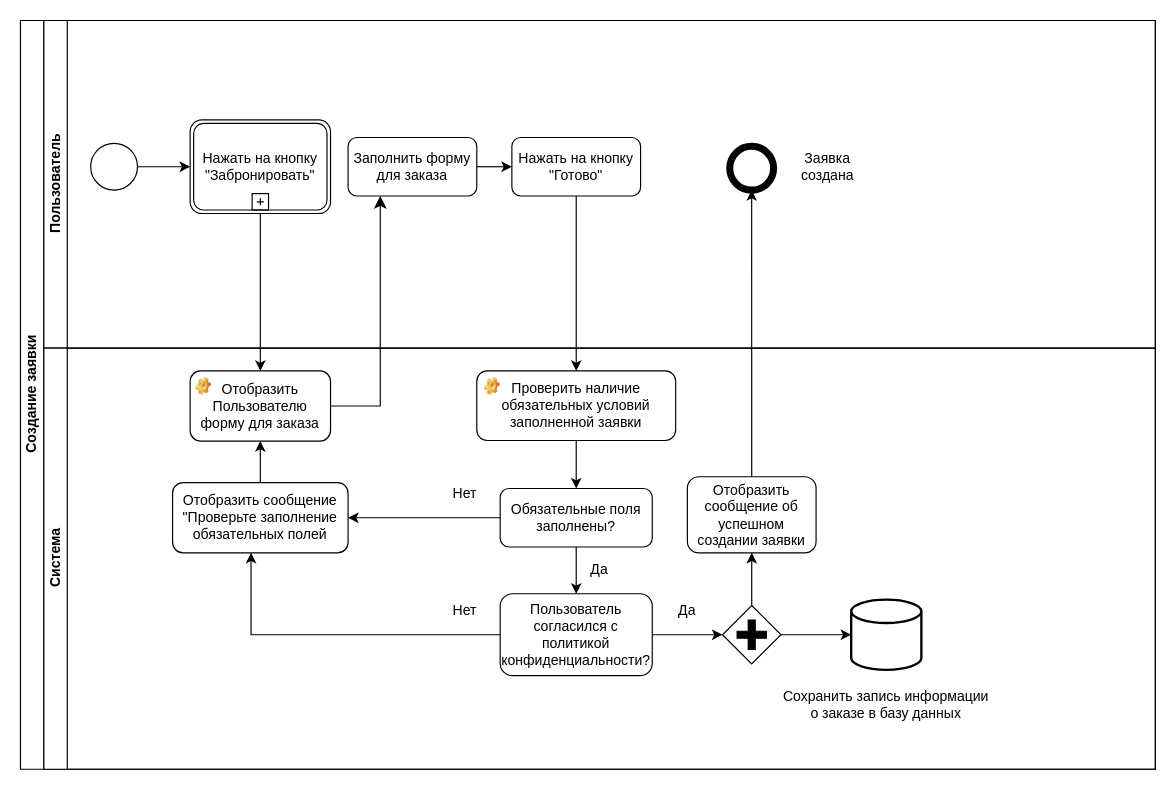
The draw.io diagram BPMN_study.drawio in pytonuserouner/UML_study, before the edit. Source tidied: cells renumbered, new cells numbered last; positions are measured from the earlier drawing's top-left corner, leaving out a move shared by most shapes. Both pictures are drawn from the tidied source at 117%, with x=0, y=0 at pixel (20, 20).
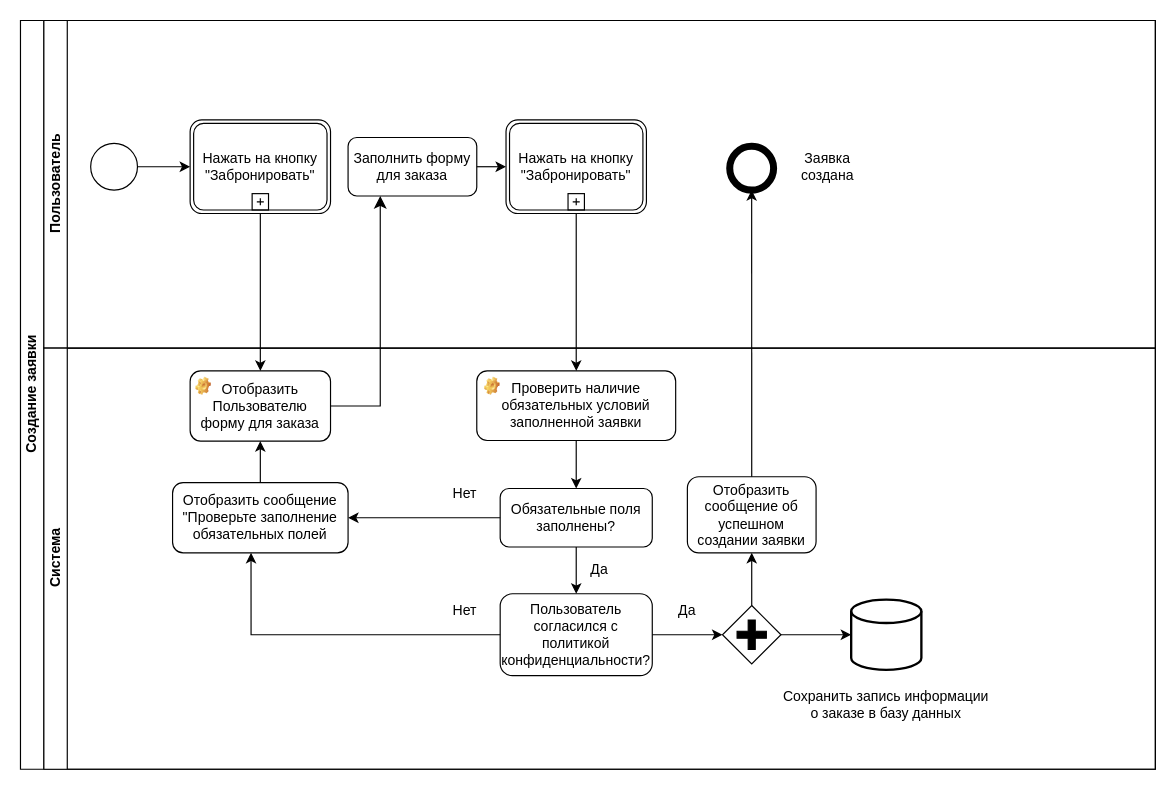
The same page after the edit.

Unchanged cells that the change refers to:
```xml
<mxCell id="2" value="Создание заявки" style="swimlane;html=1;horizontal=0;startSize=20;" parent="1" vertex="1">
  <mxGeometry width="970" height="640" as="geometry" />
</mxCell>
<mxCell id="3" value="Пользователь" style="swimlane;html=1;startSize=20;horizontal=0;" parent="2" vertex="1">
  <mxGeometry x="20" width="950" height="280" as="geometry" />
</mxCell>
<mxCell id="6" value="Заполнить форму для заказа" style="rounded=1;whiteSpace=wrap;html=1;" parent="3" vertex="1">
  <mxGeometry x="260" y="100" width="110" height="50" as="geometry" />
</mxCell>
<mxCell id="21" value="Проверить наличие обязательных условий заполненной заявки" style="rounded=1;whiteSpace=wrap;html=1;" parent="14" vertex="1">
  <mxGeometry x="370" y="19.5" width="170" height="59.5" as="geometry" />
</mxCell>
```

Diff of the diagram source:
```diff
@@
-    <mxCell id="9" value="Нажать на кнопку &quot;Готово&quot;" style="rounded=1;whiteSpace=wrap;html=1;" parent="3" vertex="1">
-      <mxGeometry x="400" y="100" width="110" height="50" as="geometry" />
-    </mxCell>
-    <mxCell id="10" style="endArrow=classic;html=1;rounded=0;exitX=1;exitY=0.5;exitDx=0;exitDy=0;entryX=0;entryY=0.5;entryDx=0;entryDy=0;" parent="3" edge="1" source="6" target="9">
+    <mxCell id="10" style="endArrow=classic;html=1;rounded=0;exitX=1;exitY=0.5;exitDx=0;exitDy=0;entryX=0;entryY=0.5;entryDx=0;entryDy=0;entryPerimeter=0;" parent="3" edge="1" source="6" target="40">
       <mxGeometry relative="1" as="geometry" />
     </mxCell>
@@
+    <mxCell id="40" value="Нажать на кнопку &quot;Забронировать&quot;" style="points=[[0.25,0,0],[0.5,0,0],[0.75,0,0],[1,0.25,0],[1,0.5,0],[1,0.75,0],[0.75,1,0],[0.5,1,0],[0.25,1,0],[0,0.75,0],[0,0.5,0],[0,0.25,0]];shape=mxgraph.bpmn.task;whiteSpace=wrap;rectStyle=rounded;size=10;html=1;taskMarker=abstract;bpmnShapeType=transaction;isLoopSub=1;" parent="3" vertex="1">
+      <mxGeometry x="395" y="85" width="120" height="80" as="geometry" />
+    </mxCell>
@@
-    <mxCell id="38" style="endArrow=classic;html=1;rounded=0;exitX=0.5;exitY=1;exitDx=0;exitDy=0;entryX=0.5;entryY=0;entryDx=0;entryDy=0;" parent="2" edge="1" source="9" target="21">
+    <mxCell id="38" style="endArrow=classic;html=1;rounded=0;exitX=0.5;exitY=1;exitDx=0;exitDy=0;entryX=0.5;entryY=0;entryDx=0;entryDy=0;exitPerimeter=0;" parent="2" edge="1" source="40" target="21">
       <mxGeometry relative="1" as="geometry" />
     </mxCell>
```
